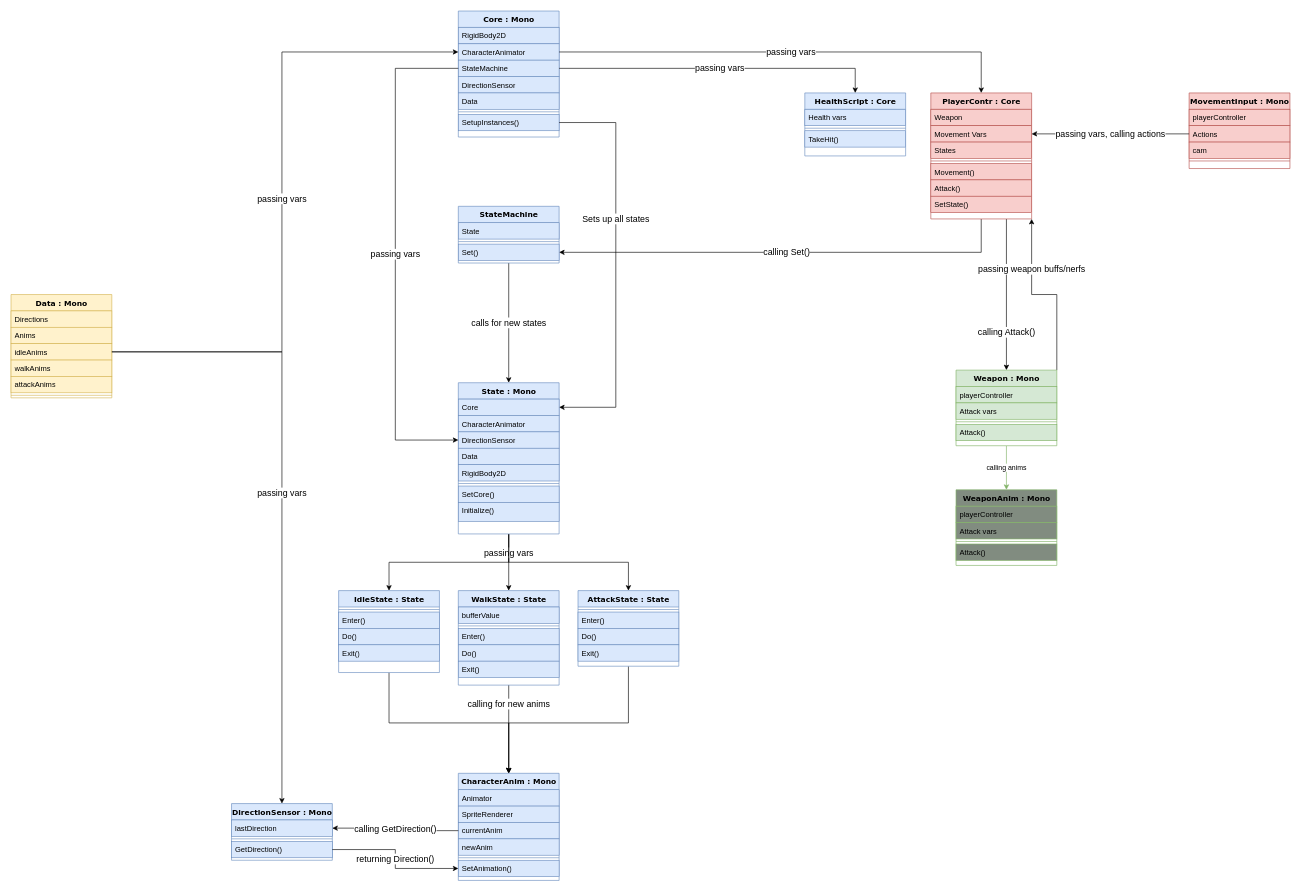
The draw.io diagram docs/blade.drawio in TadIsGoat/codename-legend, before the edit. Source tidied: cells renumbered, new cells numbered last; positions are measured from the earlier drawing's top-left corner, leaving out a move shared by most shapes. Both pictures are drawn from the tidied source at 63%, with x=0, y=0 at pixel (11, 11).
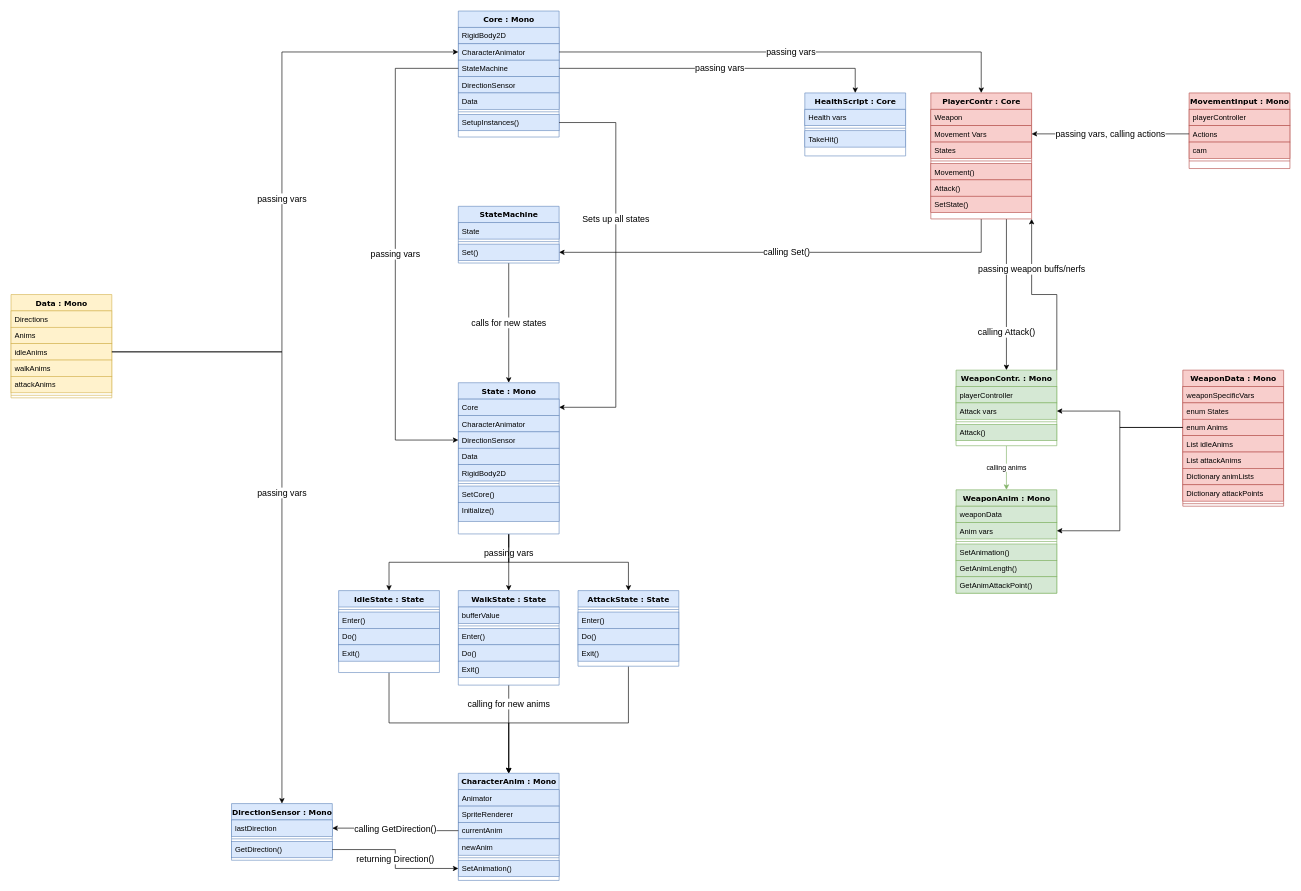
The same page after the edit.

Unchanged cells that the change refers to:
```xml
<mxCell id="92" value="Attack vars" style="text;html=1;strokeColor=#82b366;fillColor=#d5e8d4;align=left;verticalAlign=top;spacingLeft=4;spacingRight=4;whiteSpace=wrap;overflow=hidden;points=[[0,0.5],[1,0.5]];portConstraint=eastwest;" parent="90" vertex="1">
  <mxGeometry y="52" width="160" height="26" as="geometry" />
</mxCell>
```

What changed in the source:
```diff
@@
-    <mxCell id="90" value="Weapon : Mono" style="swimlane;html=1;fontStyle=1;align=center;verticalAlign=top;horizontal=1;startSize=26;swimlaneFillColor=#ffffff;rounded=0;shadow=0;comic=0;labelBackgroundColor=none;strokeWidth=1;fillColor=#d5e8d4;fontFamily=Verdana;fontSize=12;strokeColor=#82b366;" parent="1" vertex="1">
+    <mxCell id="90" value="WeaponContr. : Mono" style="swimlane;html=1;fontStyle=1;align=center;verticalAlign=top;horizontal=1;startSize=26;swimlaneFillColor=#ffffff;rounded=0;shadow=0;comic=0;labelBackgroundColor=none;strokeWidth=1;fillColor=#d5e8d4;fontFamily=Verdana;fontSize=12;strokeColor=#82b366;" parent="1" vertex="1">
       <mxGeometry x="1500" y="570" width="160" height="120" as="geometry" />
     </mxCell>
@@
-    <mxCell id="95" value="WeaponAnim : Mono" style="swimlane;html=1;fontStyle=1;align=center;verticalAlign=top;horizontal=1;startSize=26;swimlaneFillColor=#ffffff;rounded=0;shadow=0;comic=0;labelBackgroundColor=none;strokeWidth=1;fillColor=#818C80;fontFamily=Verdana;fontSize=12;strokeColor=#82b366;" parent="1" vertex="1">
-      <mxGeometry x="1500" y="760" width="160" height="120" as="geometry" />
+    <mxCell id="95" value="WeaponAnim : Mono" style="swimlane;html=1;fontStyle=1;align=center;verticalAlign=top;horizontal=1;startSize=26;swimlaneFillColor=#ffffff;rounded=0;shadow=0;comic=0;labelBackgroundColor=none;strokeWidth=1;fillColor=#d5e8d4;fontFamily=Verdana;fontSize=12;strokeColor=#82b366;" parent="1" vertex="1">
+      <mxGeometry x="1500" y="760" width="160" height="164" as="geometry" />
     </mxCell>
-    <mxCell id="96" value="playerController" style="text;html=1;strokeColor=#82b366;fillColor=#818C80;align=left;verticalAlign=top;spacingLeft=4;spacingRight=4;whiteSpace=wrap;overflow=hidden;" parent="95" vertex="1">
+    <mxCell id="96" value="weaponData" style="text;html=1;strokeColor=#82b366;fillColor=#d5e8d4;align=left;verticalAlign=top;spacingLeft=4;spacingRight=4;whiteSpace=wrap;overflow=hidden;" parent="95" vertex="1">
       <mxGeometry y="26" width="160" height="26" as="geometry" />
     </mxCell>
-    <mxCell id="97" value="Attack vars" style="text;html=1;strokeColor=#82b366;fillColor=#818C80;align=left;verticalAlign=top;spacingLeft=4;spacingRight=4;whiteSpace=wrap;overflow=hidden;points=[[0,0.5],[1,0.5]];portConstraint=eastwest;" parent="95" vertex="1">
+    <mxCell id="97" value="Anim vars" style="text;html=1;strokeColor=#82b366;fillColor=#d5e8d4;align=left;verticalAlign=top;spacingLeft=4;spacingRight=4;whiteSpace=wrap;overflow=hidden;points=[[0,0.5],[1,0.5]];portConstraint=eastwest;" parent="95" vertex="1">
       <mxGeometry y="52" width="160" height="26" as="geometry" />
     </mxCell>
-    <mxCell id="98" style="line;html=1;strokeWidth=1;fillColor=#818C80;align=left;verticalAlign=middle;spacingTop=-1;spacingLeft=3;spacingRight=3;labelPosition=right;strokeColor=#82b366;" parent="95" vertex="1">
+    <mxCell id="98" style="line;html=1;strokeWidth=1;fillColor=#d5e8d4;align=left;verticalAlign=middle;spacingTop=-1;spacingLeft=3;spacingRight=3;labelPosition=right;strokeColor=#82b366;" parent="95" vertex="1">
       <mxGeometry y="78" width="160" height="8" as="geometry" />
     </mxCell>
-    <mxCell id="99" value="Attack()" style="text;html=1;strokeColor=#82b366;fillColor=#818C80;align=left;verticalAlign=top;spacingLeft=4;spacingRight=4;whiteSpace=wrap;overflow=hidden;" parent="95" vertex="1">
+    <mxCell id="99" value="SetAnimation()" style="text;html=1;strokeColor=#82b366;fillColor=#d5e8d4;align=left;verticalAlign=top;spacingLeft=4;spacingRight=4;whiteSpace=wrap;overflow=hidden;" parent="95" vertex="1">
       <mxGeometry y="86" width="160" height="26" as="geometry" />
     </mxCell>
+    <mxCell id="104" value="GetAnimLength()" style="text;html=1;strokeColor=#82b366;fillColor=#d5e8d4;align=left;verticalAlign=top;spacingLeft=4;spacingRight=4;whiteSpace=wrap;overflow=hidden;" parent="95" vertex="1">
+      <mxGeometry y="112" width="160" height="26" as="geometry" />
+    </mxCell>
+    <mxCell id="105" value="GetAnimAttackPoint()" style="text;html=1;strokeColor=#82b366;fillColor=#d5e8d4;align=left;verticalAlign=top;spacingLeft=4;spacingRight=4;whiteSpace=wrap;overflow=hidden;" parent="95" vertex="1">
+      <mxGeometry y="138" width="160" height="26" as="geometry" />
+    </mxCell>
@@
+    <mxCell id="106" value="WeaponData : Mono" style="swimlane;html=1;fontStyle=1;align=center;verticalAlign=top;horizontal=1;startSize=26;swimlaneFillColor=#ffffff;rounded=0;shadow=0;comic=0;labelBackgroundColor=none;strokeWidth=1;fillColor=#f8cecc;fontFamily=Verdana;fontSize=12;strokeColor=#b85450;" parent="1" vertex="1">
+      <mxGeometry x="1860" y="570" width="160" height="216" as="geometry" />
+    </mxCell>
+    <mxCell id="107" value="weaponSpecificVars" style="text;html=1;strokeColor=#b85450;fillColor=#f8cecc;align=left;verticalAlign=top;spacingLeft=4;spacingRight=4;whiteSpace=wrap;overflow=hidden;" parent="106" vertex="1">
+      <mxGeometry y="26" width="160" height="26" as="geometry" />
+    </mxCell>
+    <mxCell id="108" value="enum States" style="text;html=1;strokeColor=#b85450;fillColor=#f8cecc;align=left;verticalAlign=top;spacingLeft=4;spacingRight=4;whiteSpace=wrap;overflow=hidden;" parent="106" vertex="1">
+      <mxGeometry y="52" width="160" height="26" as="geometry" />
+    </mxCell>
+    <mxCell id="109" value="enum Anims" style="text;html=1;strokeColor=#b85450;fillColor=#f8cecc;align=left;verticalAlign=top;spacingLeft=4;spacingRight=4;whiteSpace=wrap;overflow=hidden;points=[[0,0.5],[1,0.5]];portConstraint=eastwest;" parent="106" vertex="1">
+      <mxGeometry y="78" width="160" height="26" as="geometry" />
+    </mxCell>
+    <mxCell id="110" value="List idleAnims" style="text;html=1;strokeColor=#b85450;fillColor=#f8cecc;align=left;verticalAlign=top;spacingLeft=4;spacingRight=4;whiteSpace=wrap;overflow=hidden;" parent="106" vertex="1">
+      <mxGeometry y="104" width="160" height="26" as="geometry" />
+    </mxCell>
+    <mxCell id="111" value="List attackAnims" style="text;html=1;strokeColor=#b85450;fillColor=#f8cecc;align=left;verticalAlign=top;spacingLeft=4;spacingRight=4;whiteSpace=wrap;overflow=hidden;" parent="106" vertex="1">
+      <mxGeometry y="130" width="160" height="26" as="geometry" />
+    </mxCell>
+    <mxCell id="112" value="Dictionary animLists" style="text;html=1;strokeColor=#b85450;fillColor=#f8cecc;align=left;verticalAlign=top;spacingLeft=4;spacingRight=4;whiteSpace=wrap;overflow=hidden;" parent="106" vertex="1">
+      <mxGeometry y="156" width="160" height="26" as="geometry" />
+    </mxCell>
+    <mxCell id="113" value="Dictionary attackPoints" style="text;html=1;strokeColor=#b85450;fillColor=#f8cecc;align=left;verticalAlign=top;spacingLeft=4;spacingRight=4;whiteSpace=wrap;overflow=hidden;" parent="106" vertex="1">
+      <mxGeometry y="182" width="160" height="26" as="geometry" />
+    </mxCell>
+    <mxCell id="114" style="line;html=1;strokeWidth=1;fillColor=#f8cecc;align=left;verticalAlign=middle;spacingTop=-1;spacingLeft=3;spacingRight=3;labelPosition=right;strokeColor=#b85450;" parent="106" vertex="1">
+      <mxGeometry y="208" width="160" height="8" as="geometry" />
+    </mxCell>
+    <mxCell id="115" style="edgeStyle=orthogonalEdgeStyle;rounded=0;jettySize=auto;html=1;exitX=0;exitY=0.5;exitDx=0;exitDy=0;entryX=1;entryY=0.5;entryDx=0;entryDy=0;" parent="1" edge="1" source="109" target="92">
+      <mxGeometry relative="1" as="geometry" />
+    </mxCell>
+    <mxCell id="116" style="edgeStyle=orthogonalEdgeStyle;rounded=0;jettySize=auto;html=1;exitX=0;exitY=0.5;exitDx=0;exitDy=0;entryX=1;entryY=0.5;entryDx=0;entryDy=0;" parent="1" edge="1" source="109" target="97">
+      <mxGeometry relative="1" as="geometry" />
+    </mxCell>
```
